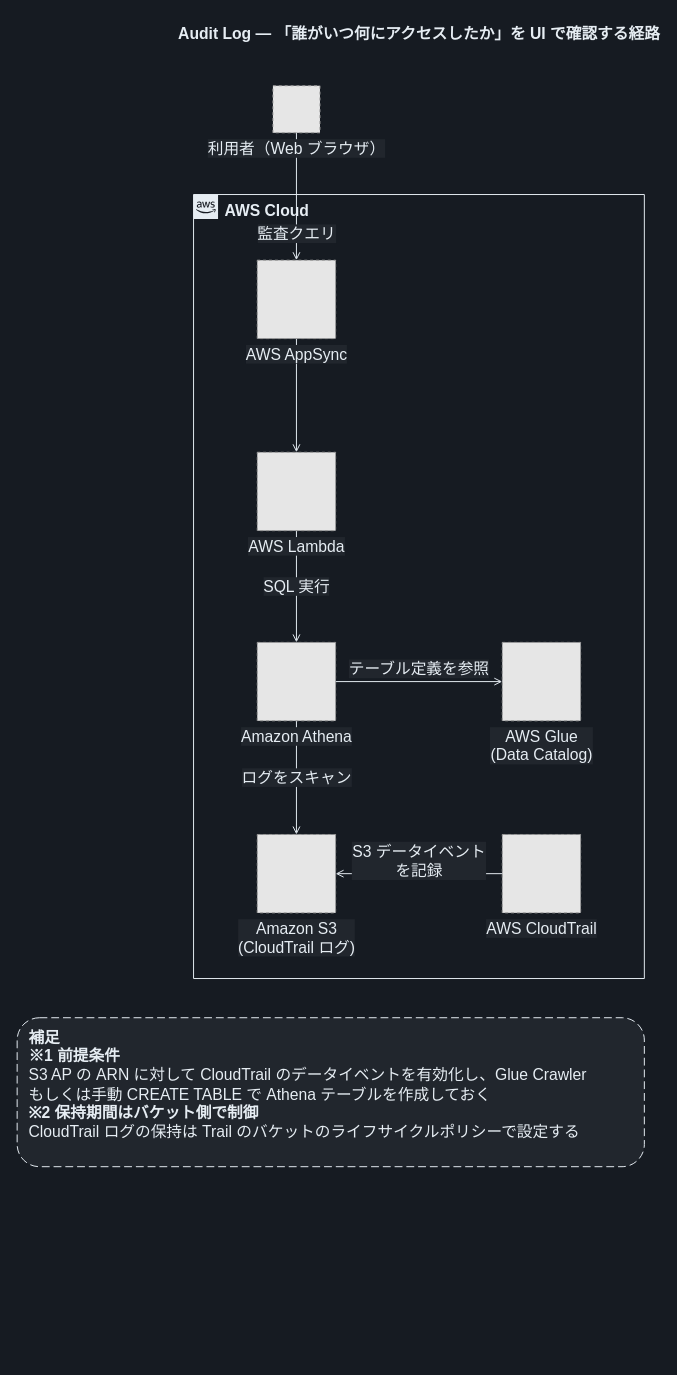
This is docs/diagrams/dark/part2-audit-log-pipeline.drawio from Yoshiki0705/FSx-for-ONTAP-S3AccessPoints-Serverless-Patterns, a draw.io file, before an edit. Source tidied: cells renumbered, new cells numbered last; positions are measured from the earlier drawing's top-left corner, leaving out a move shared by most shapes. Both pictures are drawn from the tidied source at 98%, with x=0, y=0 at pixel (17, 17). Pictures stored in the file or linked from it are replaced by grey dashed boxes.
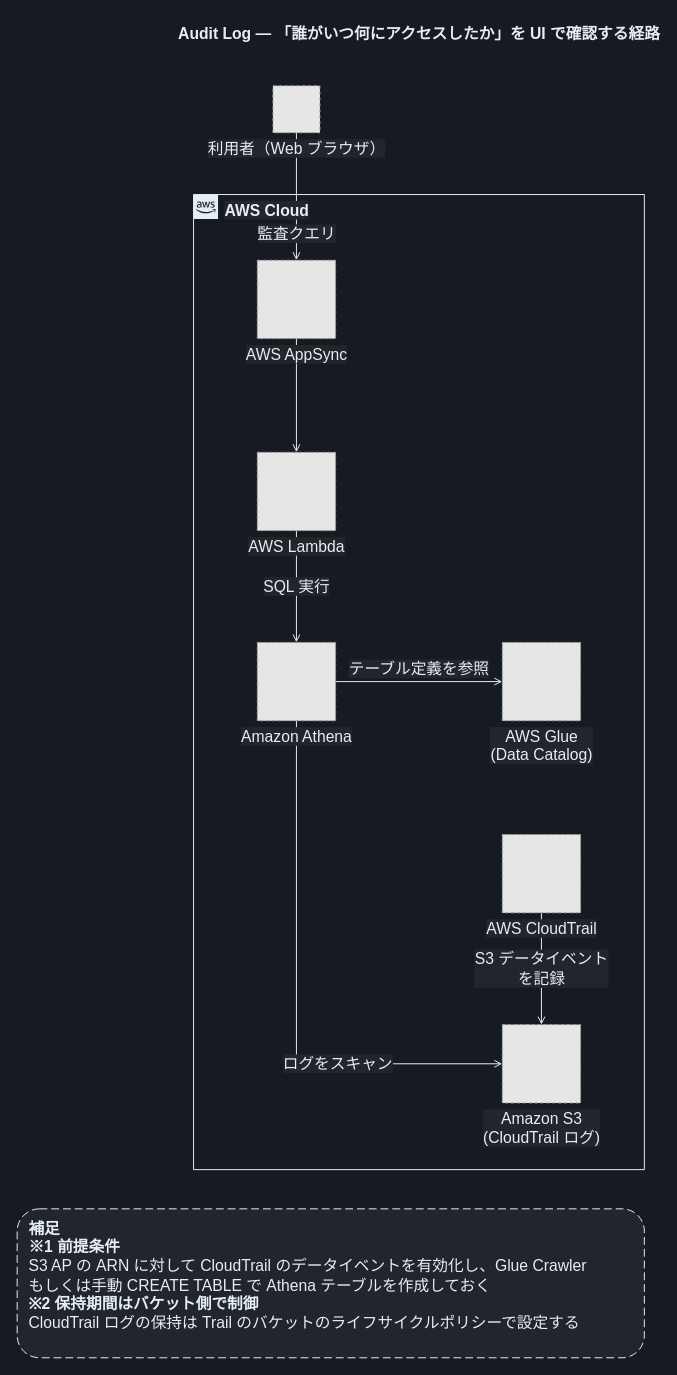
After the change.

Change to the diagram source:
```diff
@@
 <mxGraphModel background="#161B22">
   <root>
     <mxCell id="0" />
     <mxCell id="1" parent="0" />
     <mxCell id="2" value="Audit Log — 「誰がいつ何にアクセスしたか」を UI で確認する経路" style="text;html=1;align=center;verticalAlign=middle;fontSize=16;fontStyle=1;fontColor=#E6EDF3;" parent="1" vertex="1">
       <mxGeometry x="180" width="460" height="34" as="geometry" />
     </mxCell>
-    <mxCell id="3" value="AWS Cloud" style="gradientColor=none;html=1;whiteSpace=wrap;fontSize=16;fontStyle=1;shape=mxgraph.aws4.group;grIcon=mxgraph.aws4.group_aws_cloud_alt;strokeColor=#E6EDF3;fillColor=none;verticalAlign=top;align=left;spacingLeft=30;fontColor=#E6EDF3;dashed=0;" parent="1" vertex="1">
-      <mxGeometry x="180" y="181" width="460" height="800" as="geometry" />
-    </mxCell>
     <mxCell id="4" value="監査クエリ" style="edgeStyle=orthogonalEdgeStyle;rounded=0;jettySize=auto;html=1;endArrow=open;endFill=0;strokeColor=#E6EDF3;strokeWidth=1;fontSize=16;fontColor=#E6EDF3;labelBackgroundColor=#21262D;" parent="1" edge="1" source="10" target="11">
       <mxGeometry relative="1" as="geometry">
         <mxPoint y="38" as="offset" />
       </mxGeometry>
     </mxCell>
     <mxCell id="5" style="edgeStyle=orthogonalEdgeStyle;rounded=0;jettySize=auto;html=1;endArrow=open;endFill=0;strokeColor=#E6EDF3;strokeWidth=1;fontSize=16;fontColor=#E6EDF3;labelBackgroundColor=#21262D;" parent="1" edge="1" source="11" target="12">
       <mxGeometry relative="1" as="geometry" />
     </mxCell>
     <mxCell id="6" value="SQL 実行" style="edgeStyle=orthogonalEdgeStyle;rounded=0;jettySize=auto;html=1;endArrow=open;endFill=0;strokeColor=#E6EDF3;strokeWidth=1;fontSize=16;fontColor=#E6EDF3;labelBackgroundColor=#21262D;" parent="1" edge="1" source="12" target="13">
       <mxGeometry relative="1" as="geometry" />
     </mxCell>
     <mxCell id="7" value="テーブル定義を参照" style="edgeStyle=orthogonalEdgeStyle;rounded=0;jettySize=auto;html=1;endArrow=open;endFill=0;strokeColor=#E6EDF3;strokeWidth=1;fontSize=16;fontColor=#E6EDF3;labelBackgroundColor=#21262D;" parent="1" edge="1" source="13" target="14">
       <mxGeometry relative="1" as="geometry">
         <mxPoint y="-13" as="offset" />
       </mxGeometry>
     </mxCell>
-    <mxCell id="8" value="ログをスキャン" style="edgeStyle=orthogonalEdgeStyle;rounded=0;jettySize=auto;html=1;endArrow=open;endFill=0;strokeColor=#E6EDF3;strokeWidth=1;fontSize=16;fontColor=#E6EDF3;labelBackgroundColor=#21262D;" parent="1" edge="1" source="13" target="15">
-      <mxGeometry relative="1" as="geometry" />
+    <mxCell id="8" value="ログをスキャン" style="edgeStyle=orthogonalEdgeStyle;rounded=0;jettySize=auto;html=1;endArrow=open;endFill=0;strokeColor=#E6EDF3;strokeWidth=1;fontSize=16;fontColor=#E6EDF3;labelBackgroundColor=#21262D;exitX=0.5;exitY=1;exitDx=0;exitDy=0;entryX=0;entryY=0.5;entryDx=0;entryDy=0;" parent="1" edge="1" source="13" target="15">
+      <mxGeometry x="0.4" relative="1" as="geometry" />
     </mxCell>
     <mxCell id="9" value="S3 データイベント&lt;br&gt;を記録" style="edgeStyle=orthogonalEdgeStyle;rounded=0;jettySize=auto;html=1;endArrow=open;endFill=0;strokeColor=#E6EDF3;strokeWidth=1;fontSize=16;fontColor=#E6EDF3;labelBackgroundColor=#21262D;" parent="1" edge="1" source="16" target="15">
-      <mxGeometry relative="1" as="geometry">
-        <mxPoint y="-13" as="offset" />
-      </mxGeometry>
+      <mxGeometry relative="1" as="geometry" />
     </mxCell>
+    <mxCell id="3" value="AWS Cloud" style="gradientColor=none;html=1;whiteSpace=wrap;fontSize=16;fontStyle=1;shape=mxgraph.aws4.group;grIcon=mxgraph.aws4.group_aws_cloud_alt;strokeColor=#E6EDF3;fillColor=none;verticalAlign=top;align=left;spacingLeft=30;fontColor=#E6EDF3;dashed=0;labelBackgroundColor=#21262D;" parent="1" vertex="1">
+      <mxGeometry x="180" y="181" width="460" height="995" as="geometry" />
+    </mxCell>
     <mxCell id="10" value="利用者（Web ブラウザ）" style="fillColor=#E6E6E6;strokeColor=#999999;dashed=1;html=1;verticalLabelPosition=bottom;verticalAlign=top;labelPosition=center;align=center;fontSize=16;fontColor=#E6EDF3;labelBackgroundColor=#21262D;" parent="1" vertex="1">
       <mxGeometry x="261" y="70" width="48" height="48" as="geometry" />
     </mxCell>
     <mxCell id="11" value="AWS AppSync" style="fillColor=#E6E6E6;strokeColor=#999999;dashed=1;html=1;verticalLabelPosition=bottom;verticalAlign=top;labelPosition=center;align=center;fontSize=16;fontColor=#E6EDF3;labelBackgroundColor=#21262D;" parent="1" vertex="1">
       <mxGeometry x="245" y="248" width="80" height="80" as="geometry" />
     </mxCell>
     <mxCell id="12" value="AWS Lambda" style="fillColor=#E6E6E6;strokeColor=#999999;dashed=1;html=1;verticalLabelPosition=bottom;verticalAlign=top;labelPosition=center;align=center;fontSize=16;fontColor=#E6EDF3;labelBackgroundColor=#21262D;" parent="1" vertex="1">
       <mxGeometry x="245" y="444" width="80" height="80" as="geometry" />
     </mxCell>
     <mxCell id="13" value="Amazon Athena" style="fillColor=#E6E6E6;strokeColor=#999999;dashed=1;html=1;verticalLabelPosition=bottom;verticalAlign=top;labelPosition=center;align=center;fontSize=16;fontColor=#E6EDF3;labelBackgroundColor=#21262D;" parent="1" vertex="1">
       <mxGeometry x="245" y="638" width="80" height="80" as="geometry" />
     </mxCell>
     <mxCell id="14" value="AWS Glue&lt;br&gt;(Data Catalog)" style="fillColor=#E6E6E6;strokeColor=#999999;dashed=1;html=1;verticalLabelPosition=bottom;verticalAlign=top;labelPosition=center;align=center;fontSize=16;fontColor=#E6EDF3;labelBackgroundColor=#21262D;" parent="1" vertex="1">
       <mxGeometry x="495" y="638" width="80" height="80" as="geometry" />
     </mxCell>
+    <mxCell id="16" value="AWS CloudTrail" style="fillColor=#E6E6E6;strokeColor=#999999;dashed=1;html=1;verticalLabelPosition=bottom;verticalAlign=top;labelPosition=center;align=center;fontSize=16;fontColor=#E6EDF3;labelBackgroundColor=#21262D;" parent="1" vertex="1">
+      <mxGeometry x="495" y="834" width="80" height="80" as="geometry" />
+    </mxCell>
     <mxCell id="15" value="Amazon S3&lt;br&gt;(CloudTrail ログ)" style="fillColor=#E6E6E6;strokeColor=#999999;dashed=1;html=1;verticalLabelPosition=bottom;verticalAlign=top;labelPosition=center;align=center;fontSize=16;fontColor=#E6EDF3;labelBackgroundColor=#21262D;" parent="1" vertex="1">
-      <mxGeometry x="245" y="834" width="80" height="80" as="geometry" />
+      <mxGeometry x="495" y="1028" width="80" height="80" as="geometry" />
     </mxCell>
-    <mxCell id="16" value="AWS CloudTrail" style="fillColor=#E6E6E6;strokeColor=#999999;dashed=1;html=1;verticalLabelPosition=bottom;verticalAlign=top;labelPosition=center;align=center;fontSize=16;fontColor=#E6EDF3;labelBackgroundColor=#21262D;" parent="1" vertex="1">
-      <mxGeometry x="495" y="834" width="80" height="80" as="geometry" />
-    </mxCell>
     <mxCell id="17" value="&lt;b&gt;補足&lt;/b&gt;&lt;br&gt;&lt;b&gt;※1 前提条件&lt;/b&gt;&lt;br&gt;S3 AP の ARN に対して CloudTrail のデータイベントを有効化し、Glue Crawler&lt;br&gt;もしくは手動 CREATE TABLE で Athena テーブルを作成しておく&lt;br&gt;&lt;b&gt;※2 保持期間はバケット側で制御&lt;/b&gt;&lt;br&gt;CloudTrail ログの保持は Trail のバケットのライフサイクルポリシーで設定する" style="rounded=1;whiteSpace=wrap;html=1;dashed=1;dashPattern=8 4;strokeColor=#E6EDF3;fillColor=#21262D;align=left;verticalAlign=top;spacingLeft=10;spacingTop=4;fontSize=16;fontColor=#E6EDF3;" parent="1" vertex="1">
-      <mxGeometry y="1021" width="640" height="152" as="geometry" />
+      <mxGeometry y="1216" width="640" height="152" as="geometry" />
     </mxCell>
   </root>
 </mxGraphModel>
```
